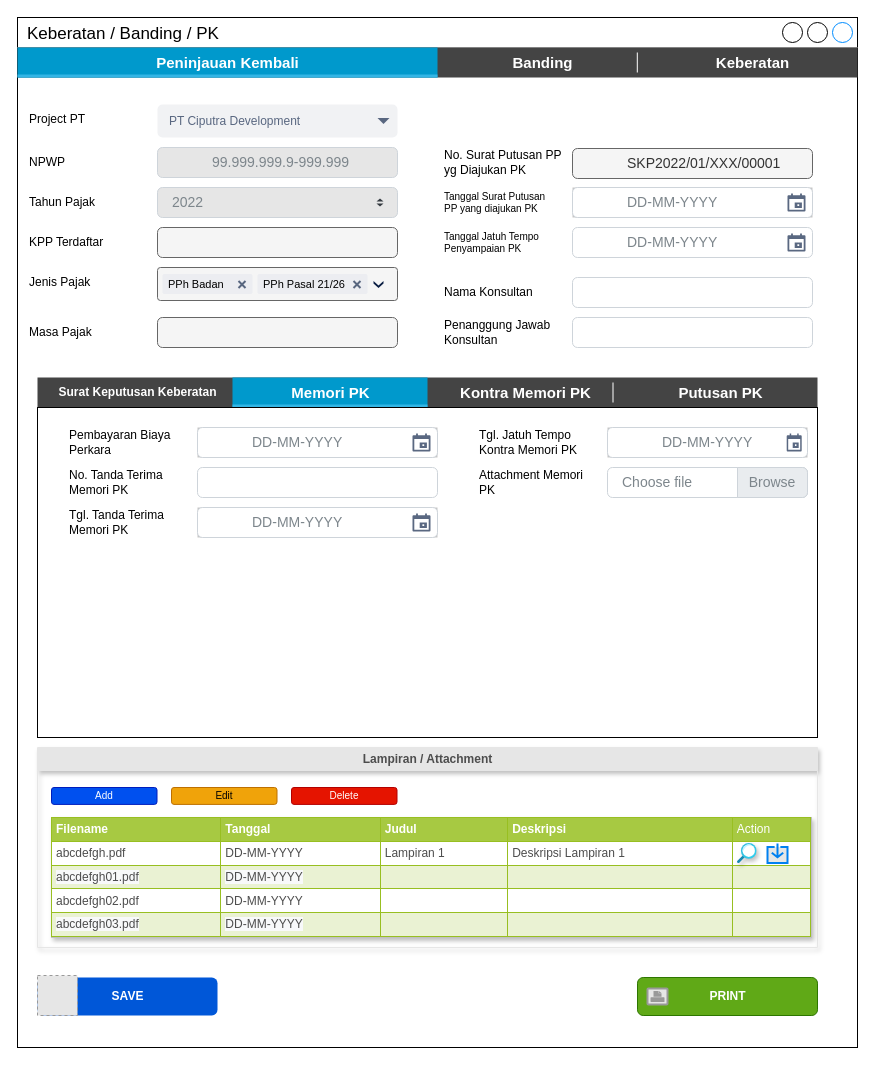
This is page "5.0 PeninjauanKembali_addnew" (18 of 21) of TAMS.drawio from prasetyodavid/TAMS, a draw.io file, before an edit. Source tidied: cells renumbered, new cells numbered last; positions are measured from the earlier drawing's top-left corner, leaving out a move shared by most shapes. Both pictures are drawn from the tidied source at 100%, with x=0, y=0 at pixel (17, 17). Pictures stored in the file or linked from it are replaced by grey dashed boxes.
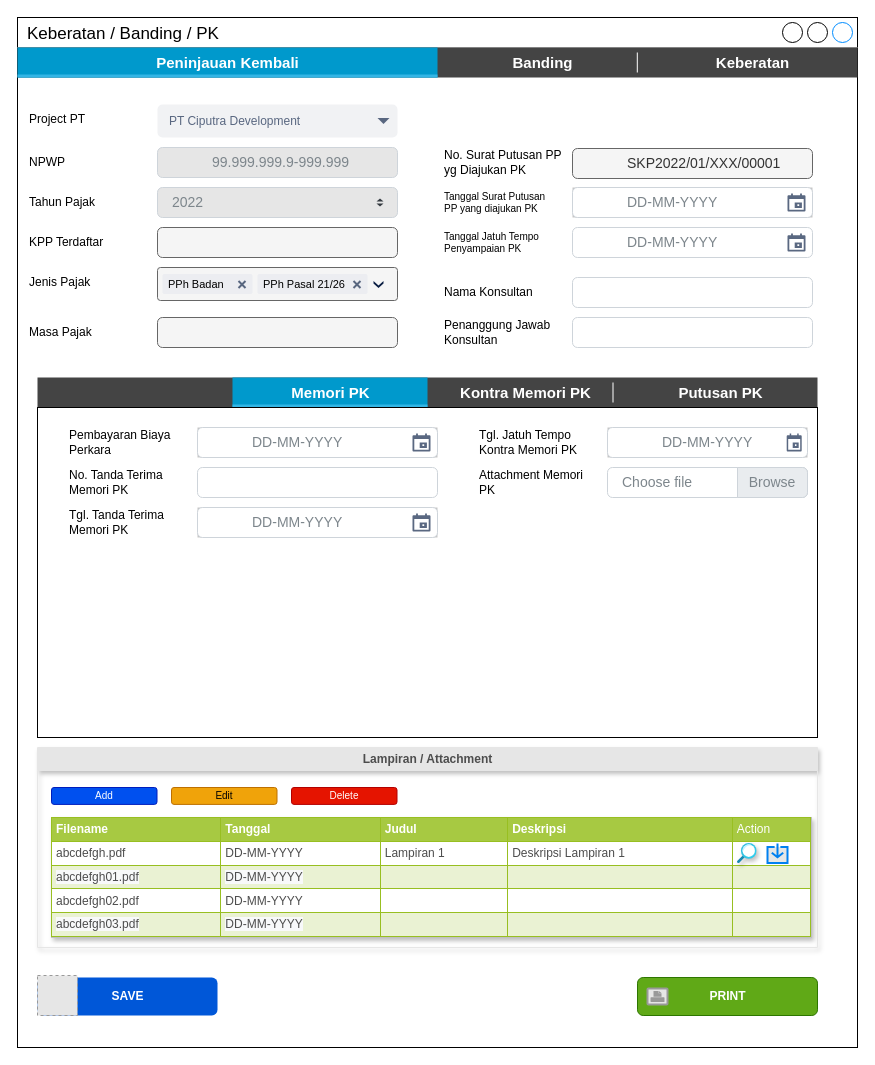
The same page after the edit.

The change refers to these unchanged cells:
```xml
<mxCell id="47" style="strokeWidth=1;html=1;shadow=0;dashed=0;shape=mxgraph.android.rrect;rSize=0;fillColor=#444444;strokeColor=none;fontSize=15;" parent="1" vertex="1">
  <mxGeometry x="20" y="360" width="780" height="30" as="geometry" />
</mxCell>
```

What changed in the source:
```diff
@@
-    <mxCell id="48" value="Surat Keputusan Keberatan" style="strokeWidth=1;html=1;shadow=0;dashed=0;shape=mxgraph.android.anchor;fontStyle=1;fontColor=#ffffff;fontSize=12;fillColor=#C7C7C7;" parent="47" vertex="1">
+    <mxCell id="48" style="strokeWidth=1;html=1;shadow=0;dashed=0;shape=mxgraph.android.anchor;fontStyle=1;fontColor=#ffffff;fontSize=12;fillColor=#C7C7C7;" parent="47" vertex="1">
       <mxGeometry x="-10" width="220" height="30" as="geometry" />
     </mxCell>
```
